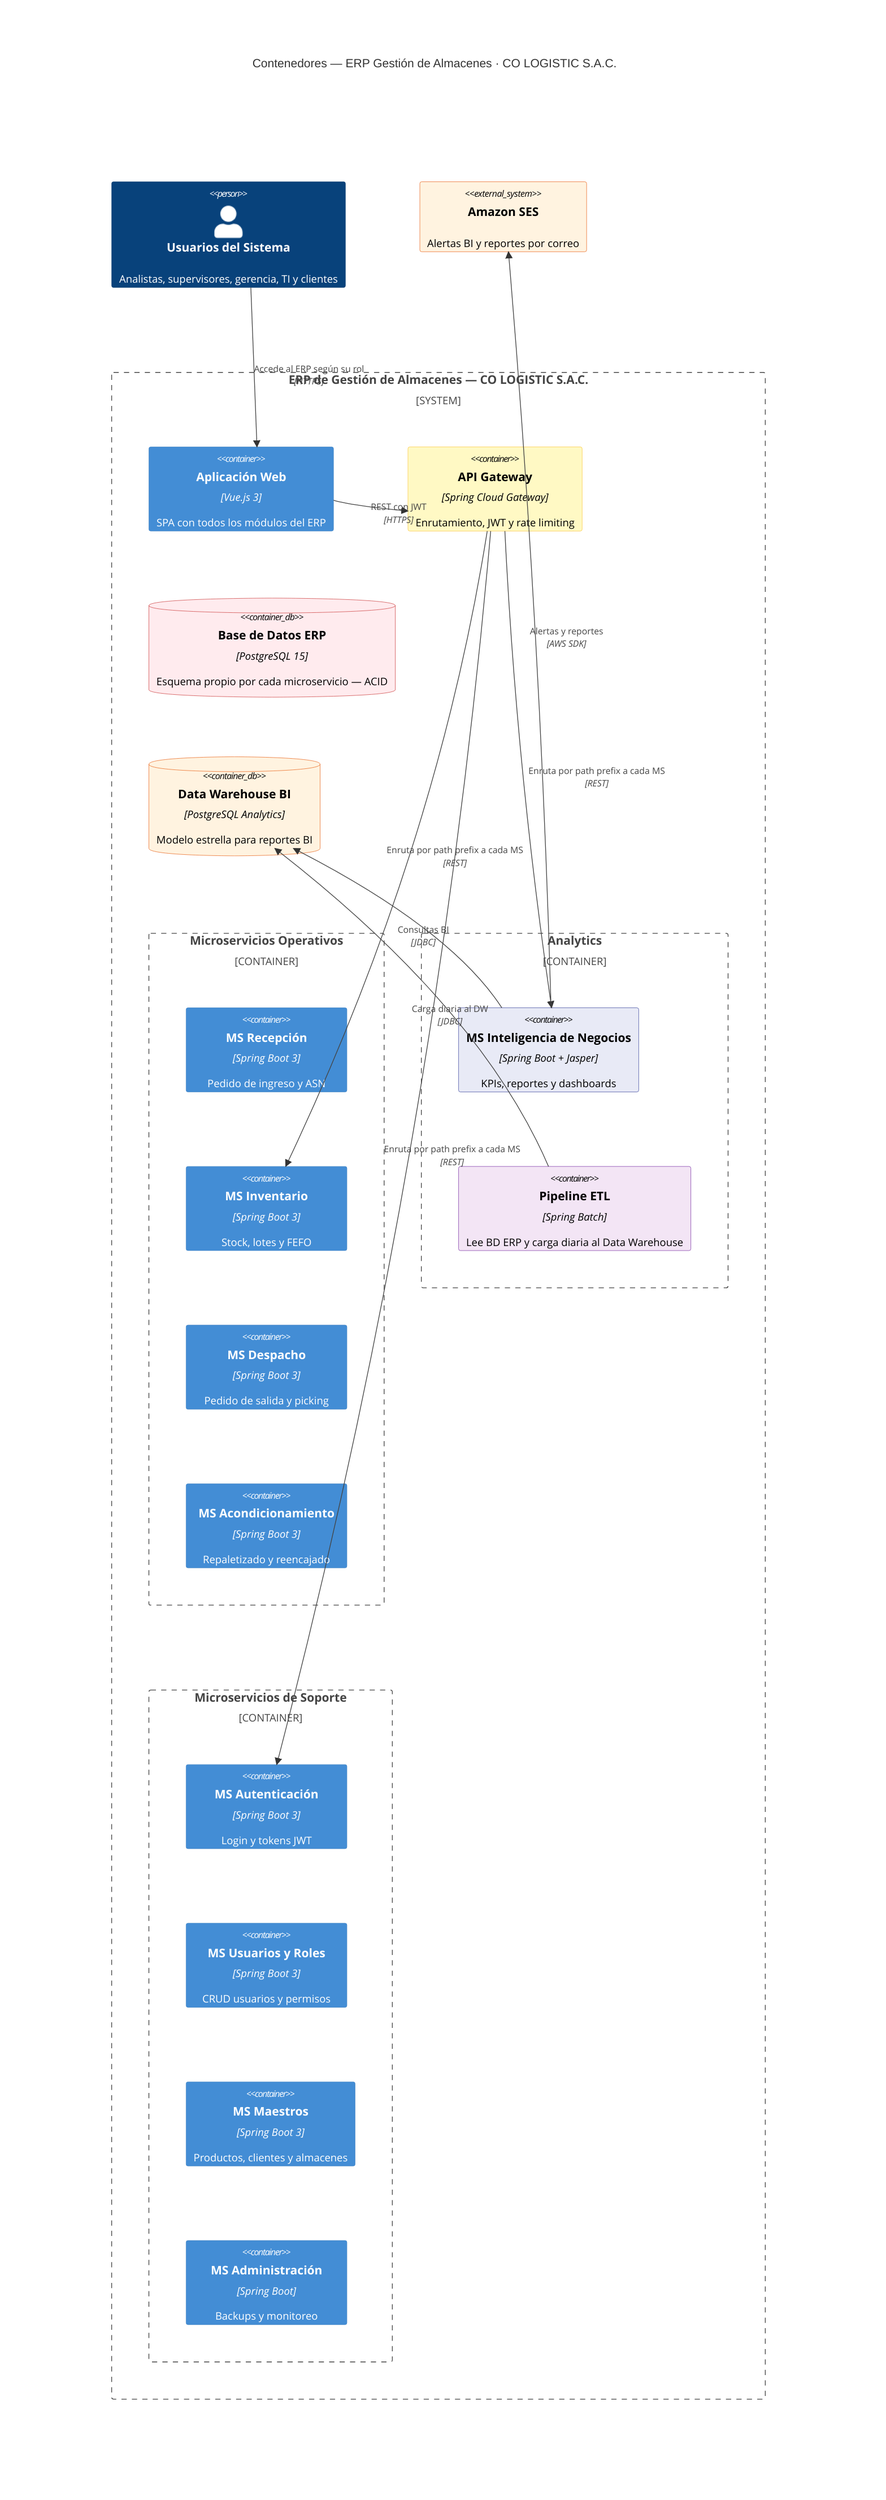
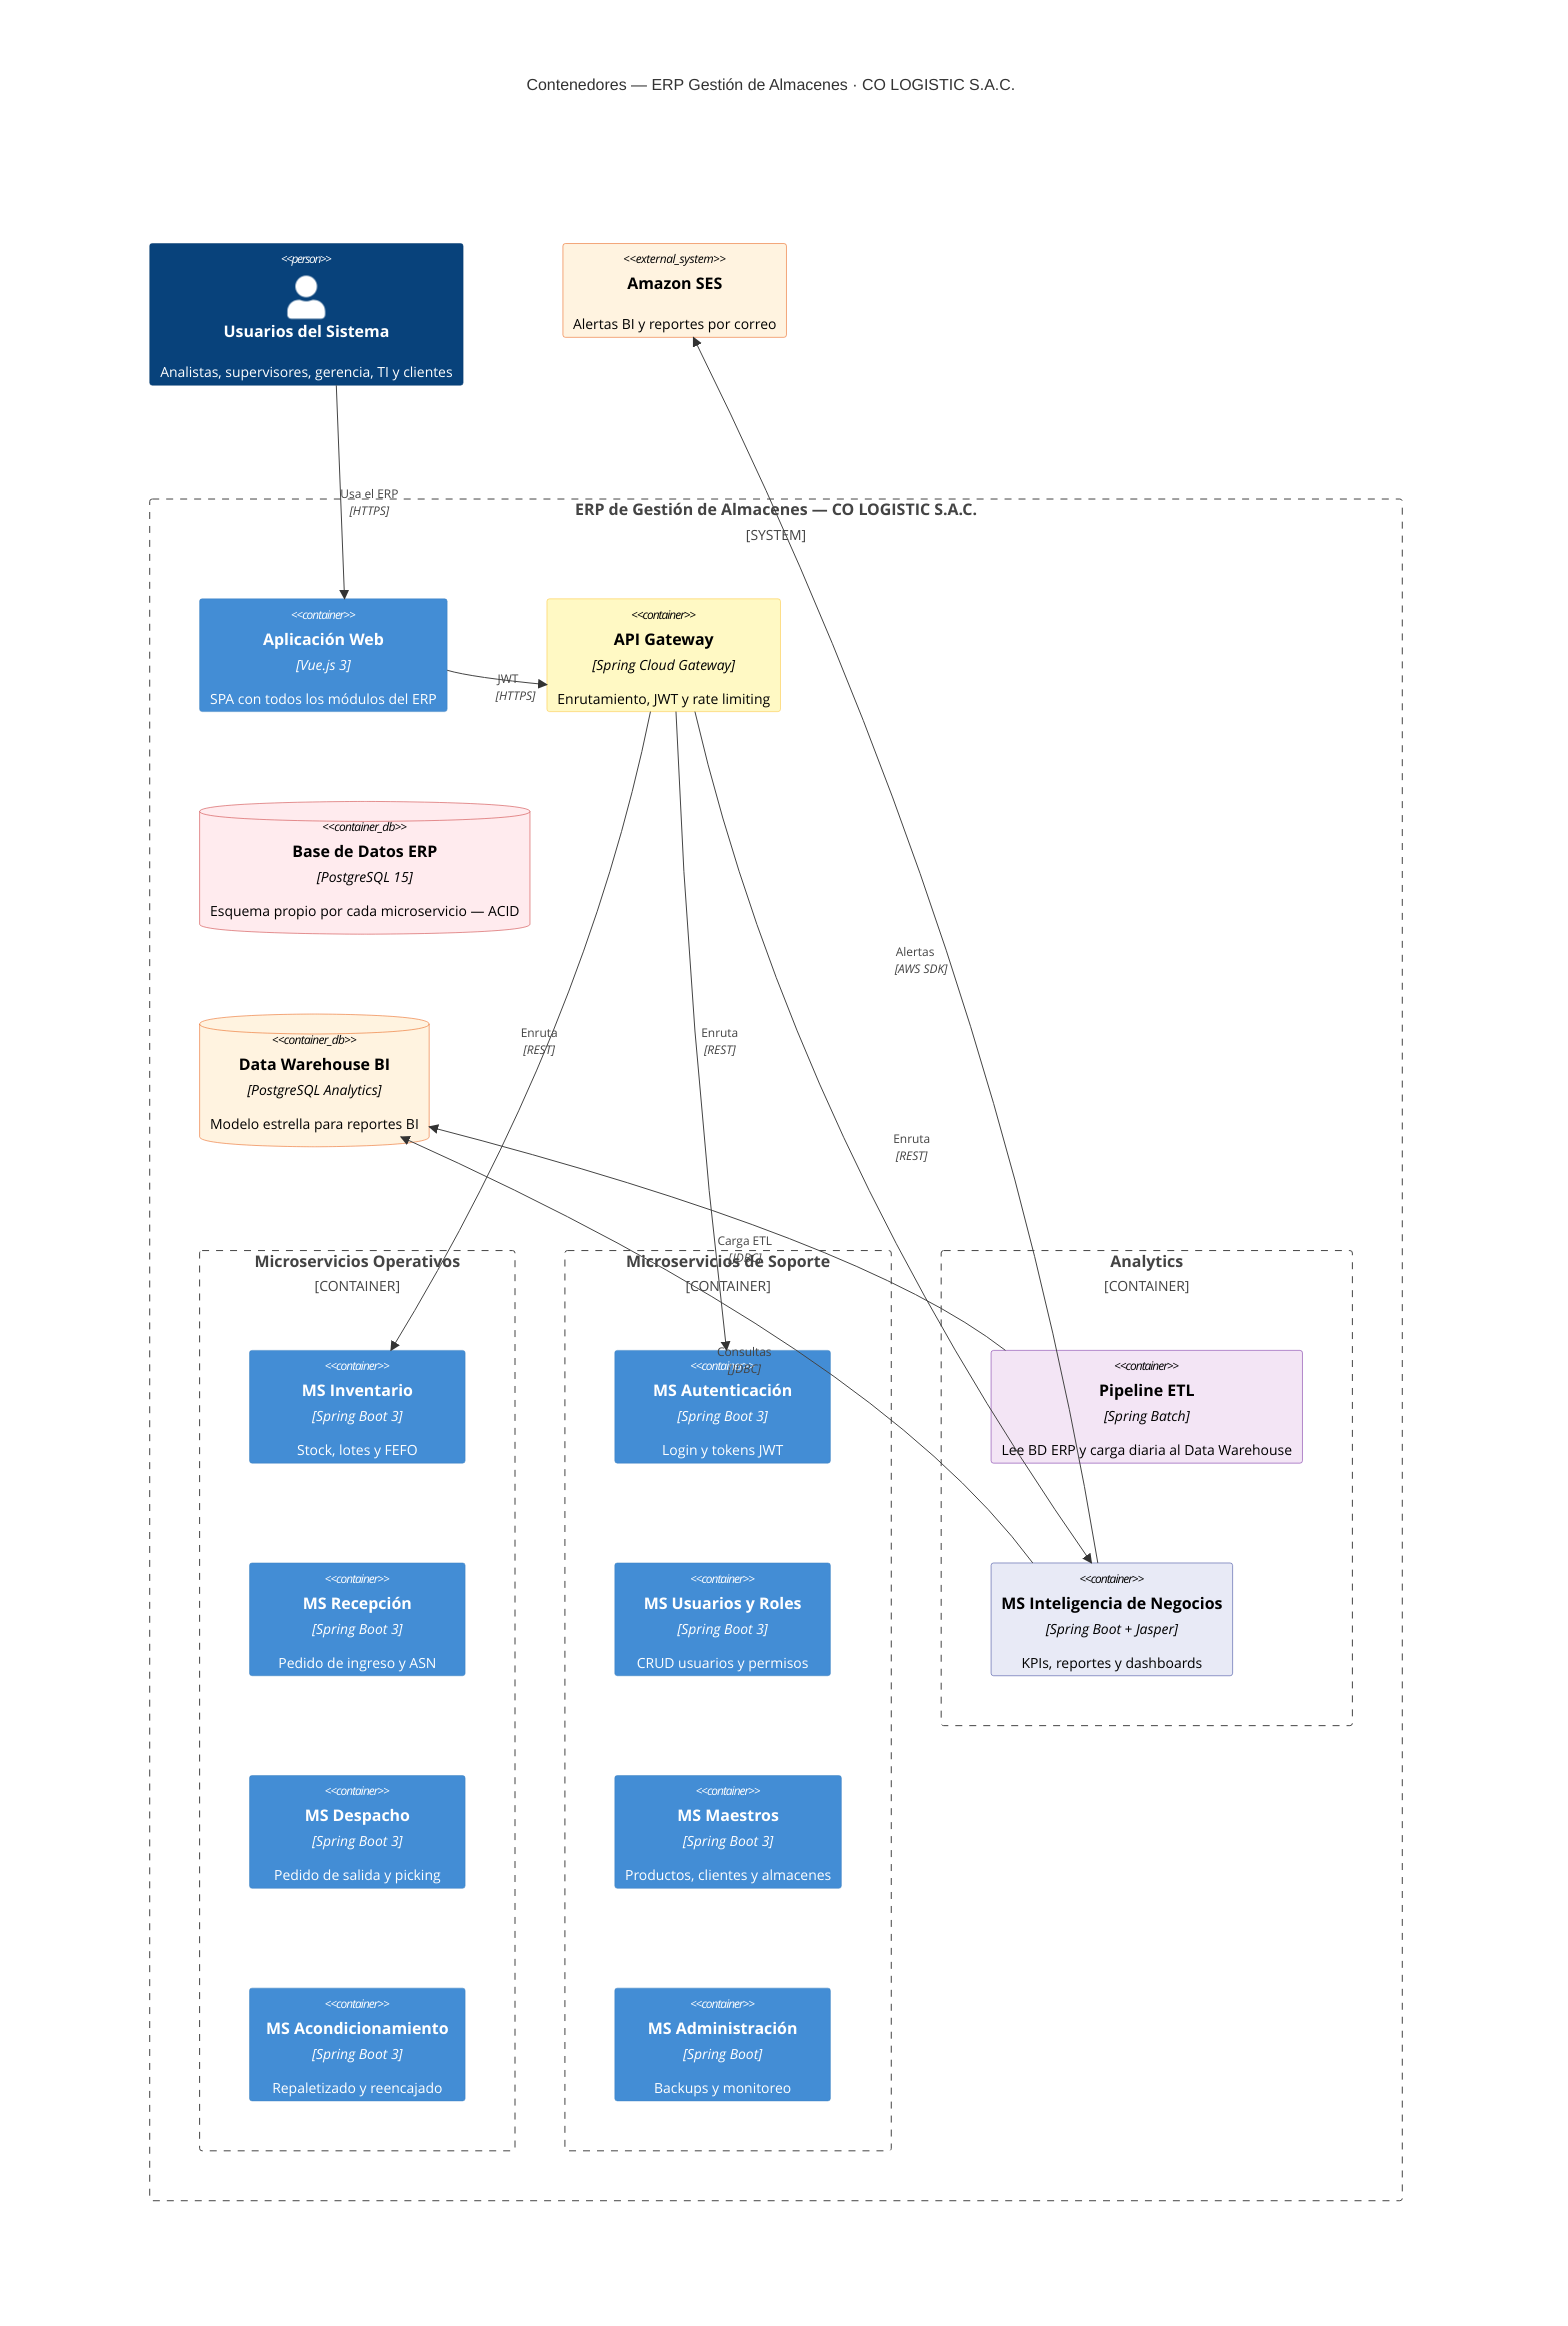
C4Container
    title Contenedores — ERP Gestión de Almacenes · CO LOGISTIC S.A.C.

    Person(usuario, "Usuarios del Sistema", "Analistas, supervisores, gerencia, TI y clientes")

    System_Ext(aws_ses, "Amazon SES", "Alertas BI y reportes por correo")

    System_Boundary(erp, "ERP de Gestión de Almacenes — CO LOGISTIC S.A.C.") {

+         Container(webapp, "Aplicación Web", "Vue.js 3", "SPA con todos los módulos del ERP")
+         Container(gateway, "API Gateway", "Spring Cloud Gateway", "Enrutamiento, JWT y rate limiting")
+         ContainerDb(db, "Base de Datos ERP", "PostgreSQL 15", "Esquema propio por cada microservicio — ACID")
+         ContainerDb(dw, "Data Warehouse BI", "PostgreSQL Analytics", "Modelo estrella para reportes BI")
+ 
        Container_Boundary(g_ops, "Microservicios Operativos") {
+             Container(ms_inventario, "MS Inventario", "Spring Boot 3", "Stock, lotes y FEFO")
            Container(ms_recepcion, "MS Recepción", "Spring Boot 3", "Pedido de ingreso y ASN")
-             Container(ms_inventario, "MS Inventario", "Spring Boot 3", "Stock, lotes y FEFO")
            Container(ms_despacho, "MS Despacho", "Spring Boot 3", "Pedido de salida y picking")
            Container(ms_servicios, "MS Acondicionamiento", "Spring Boot 3", "Repaletizado y reencajado")
        }

-         Container(webapp, "Aplicación Web", "Vue.js 3", "SPA con todos los módulos del ERP")
-         Container(gateway, "API Gateway", "Spring Cloud Gateway", "Enrutamiento, JWT y rate limiting")
- 
-         Container_Boundary(g_analytics, "Analytics") {
-             Container(ms_bi, "MS Inteligencia de Negocios", "Spring Boot + Jasper", "KPIs, reportes y dashboards")
-             Container(etl, "Pipeline ETL", "Spring Batch", "Lee BD ERP y carga diaria al Data Warehouse")
-         }
        Container_Boundary(g_soporte, "Microservicios de Soporte") {
            Container(ms_auth, "MS Autenticación", "Spring Boot 3", "Login y tokens JWT")
            Container(ms_usuarios, "MS Usuarios y Roles", "Spring Boot 3", "CRUD usuarios y permisos")
            Container(ms_maestros, "MS Maestros", "Spring Boot 3", "Productos, clientes y almacenes")
            Container(ms_admin, "MS Administración", "Spring Boot", "Backups y monitoreo")
        }

+         Container_Boundary(g_analytics, "Analytics") {
+             Container(etl, "Pipeline ETL", "Spring Batch", "Lee BD ERP y carga diaria al Data Warehouse")
+             Container(ms_bi, "MS Inteligencia de Negocios", "Spring Boot + Jasper", "KPIs, reportes y dashboards")
+         }

- 
-         ContainerDb(db, "Base de Datos ERP", "PostgreSQL 15", "Esquema propio por cada microservicio — ACID")
-         ContainerDb(dw, "Data Warehouse BI", "PostgreSQL Analytics", "Modelo estrella para reportes BI")
    }

-     Rel(usuario, webapp, "Accede al ERP según su rol", "HTTPS")
+     Rel(usuario, webapp, "Usa el ERP", "HTTPS")

-     Rel(webapp, gateway, "REST con JWT", "HTTPS")
+     Rel(webapp, gateway, "JWT", "HTTPS")

-     Rel(gateway, ms_auth, "Enruta por path prefix a cada MS", "REST")
-     Rel(gateway, ms_inventario, "Enruta por path prefix a cada MS", "REST")
-     Rel(gateway, ms_bi, "Enruta por path prefix a cada MS", "REST")
+     Rel(gateway, ms_auth, "Enruta", "REST")
+     Rel(gateway, ms_inventario, "Enruta", "REST")
+     Rel(gateway, ms_bi, "Enruta", "REST")

-     Rel(etl, dw, "Carga diaria al DW", "JDBC")
-     Rel(ms_bi, dw, "Consultas BI", "JDBC")
-     Rel(ms_bi, aws_ses, "Alertas y reportes", "AWS SDK")
+     Rel(etl, dw, "Carga ETL", "JDBC")
+     Rel(ms_bi, dw, "Consultas", "JDBC")
+     Rel(ms_bi, aws_ses, "Alertas", "AWS SDK")

    UpdateElementStyle(gateway, $fontColor="black", $bgColor="#fff9c4", $borderColor="#fbc02d")
    UpdateElementStyle(etl, $fontColor="black", $bgColor="#f3e5f5", $borderColor="#6a1b9a")
    UpdateElementStyle(db, $fontColor="black", $bgColor="#ffebee", $borderColor="#c62828")
    UpdateElementStyle(dw, $fontColor="black", $bgColor="#fff3e0", $borderColor="#e65100")
    UpdateElementStyle(ms_bi, $fontColor="black", $bgColor="#e8eaf6", $borderColor="#283593")
    UpdateElementStyle(aws_ses, $fontColor="black", $bgColor="#fff3e0", $borderColor="#e65100")
+     UpdateLayoutConfig($c4ShapeInRow="5", $c4BoundaryInRow="5")
